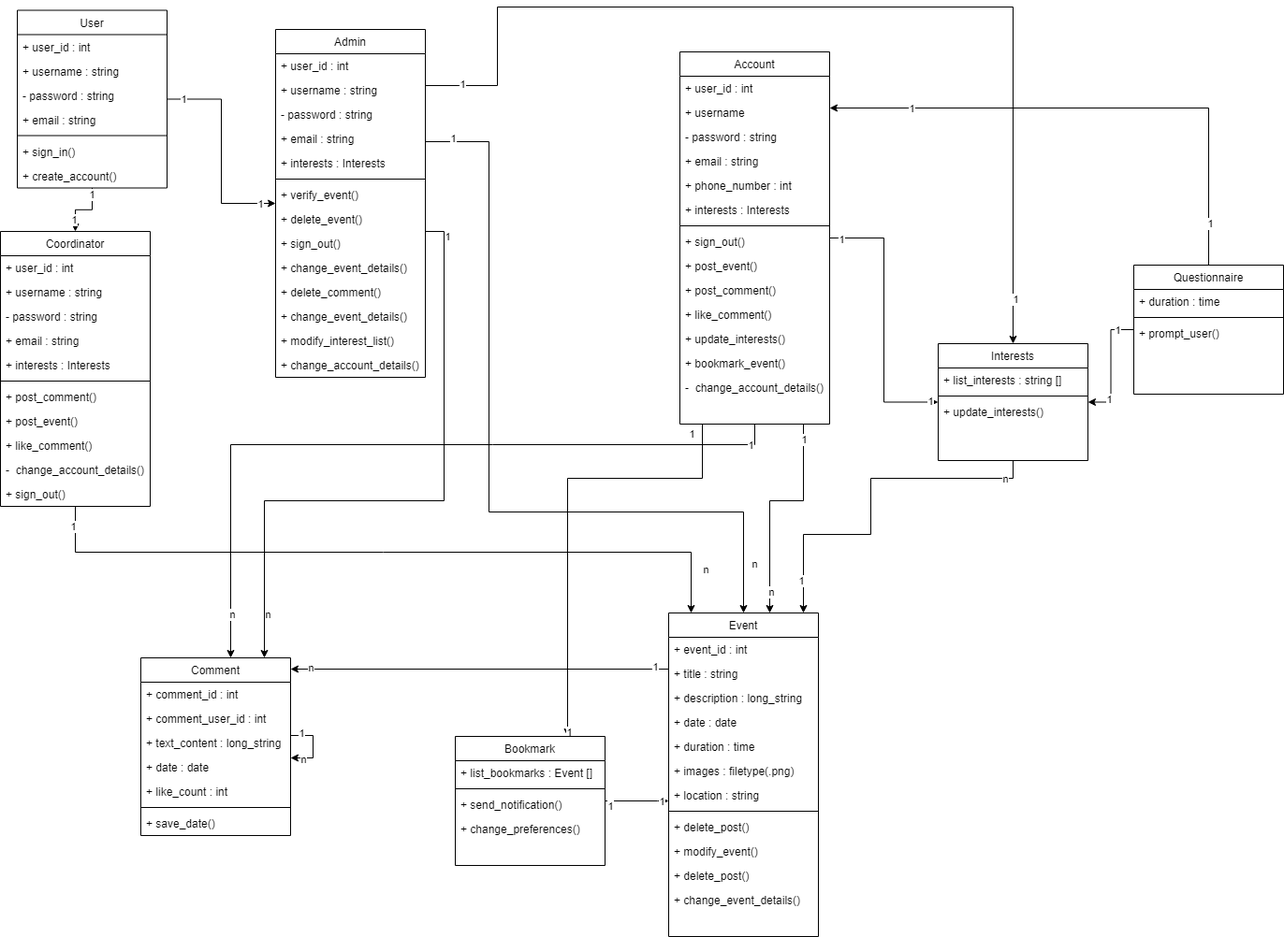
The draw.io diagram project_documentation/D3_media/d3ClassDiagram.png in ajmastra/cs-386-event-pulse, before a commit. Source tidied: cells renumbered, new cells last; positions are measured from the earlier drawing's top-left corner, leaving out a move shared by most shapes.
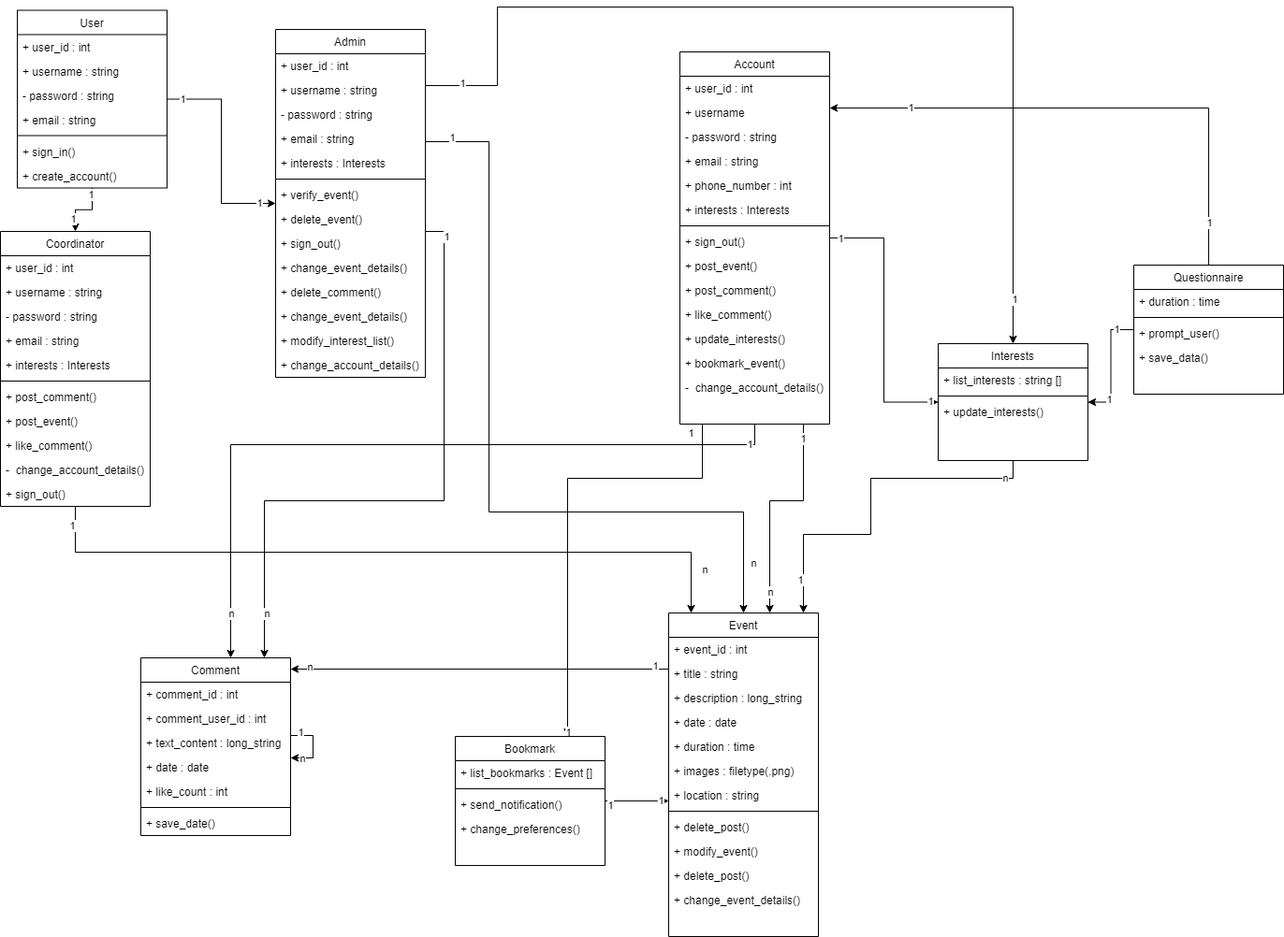
The same diagram one commit later.

Commit message:
updating D3 class diagram

Diff of the diagram source:
```diff
@@ -286,6 +286,9 @@
     <mxCell id="83" value="+ prompt_user()" style="text;align=left;verticalAlign=top;spacingLeft=4;spacingRight=4;overflow=hidden;" parent="80" vertex="1">
       <mxGeometry y="60" width="160" height="26" as="geometry" />
     </mxCell>
+    <mxCell id="134" value="+ save_data()    " style="text;align=left;verticalAlign=top;spacingLeft=4;spacingRight=4;overflow=hidden;" parent="80" vertex="1">
+      <mxGeometry y="86" width="160" height="26" as="geometry" />
+    </mxCell>
     <mxCell id="84" style="edgeStyle=orthogonalEdgeStyle;rounded=0;jettySize=auto;html=1;" parent="1" edge="1" source="87" target="19">
       <mxGeometry relative="1" as="geometry">
         <Array as="points">
```
